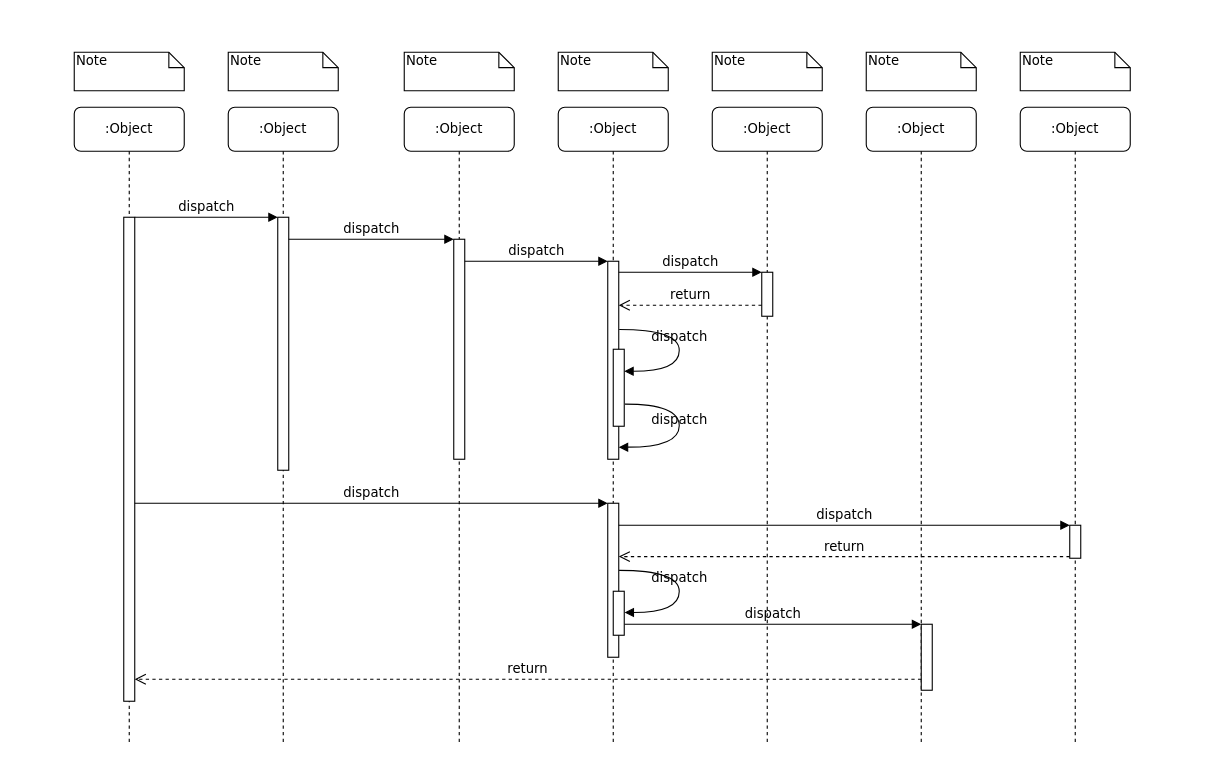
This is Chapter2/InteractionSequenceDiagram.drawio from profjordanov/phd, a draw.io file, before an edit. Source tidied: cells renumbered, new cells numbered last; positions are measured from the earlier drawing's top-left corner, leaving out a move shared by most shapes. Both pictures are drawn from the tidied source at 110%, with x=0, y=0 at pixel (74, 52).
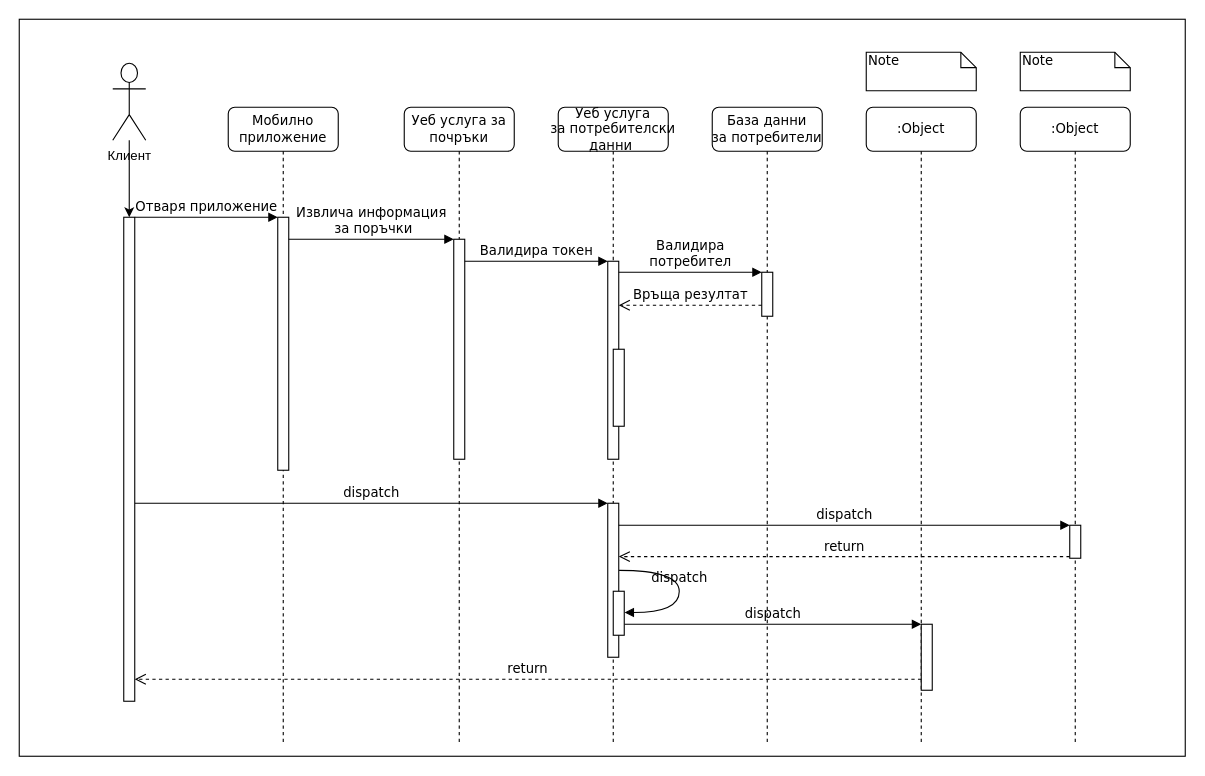
The same diagram, later.

Unchanged cells that the change refers to:
```xml
<mxCell id="12" style="html=1;points=[];perimeter=orthogonalPerimeter;rounded=0;shadow=0;comic=0;labelBackgroundColor=none;strokeWidth=1;fontFamily=Verdana;fontSize=12;align=center;" parent="1" vertex="1">
  <mxGeometry x="485" y="190" width="10" height="180" as="geometry" />
</mxCell>
<mxCell id="14" style="html=1;points=[];perimeter=orthogonalPerimeter;rounded=0;shadow=0;comic=0;labelBackgroundColor=none;strokeWidth=1;fontFamily=Verdana;fontSize=12;align=center;" parent="1" vertex="1">
  <mxGeometry x="625" y="200" width="10" height="40" as="geometry" />
</mxCell>
<mxCell id="17" style="html=1;points=[];perimeter=orthogonalPerimeter;rounded=0;shadow=0;comic=0;labelBackgroundColor=none;strokeWidth=1;fontFamily=Verdana;fontSize=12;align=center;" parent="1" vertex="1">
  <mxGeometry x="485" y="410" width="10" height="140" as="geometry" />
</mxCell>
<mxCell id="22" style="html=1;points=[];perimeter=orthogonalPerimeter;rounded=0;shadow=0;comic=0;labelBackgroundColor=none;strokeWidth=1;fontFamily=Verdana;fontSize=12;align=center;" parent="1" vertex="1">
  <mxGeometry x="770" y="520" width="10" height="60" as="geometry" />
</mxCell>
<mxCell id="27" style="html=1;points=[];perimeter=orthogonalPerimeter;rounded=0;shadow=0;comic=0;labelBackgroundColor=none;strokeWidth=1;fontFamily=Verdana;fontSize=12;align=center;" parent="1" vertex="1">
  <mxGeometry x="490" y="270" width="10" height="70" as="geometry" />
</mxCell>
```

Change to the diagram source:
```diff
@@
-    <mxCell id="2" value=":Object" style="shape=umlLifeline;perimeter=lifelinePerimeter;whiteSpace=wrap;html=1;rounded=1;shadow=0;comic=0;labelBackgroundColor=none;strokeWidth=1;fontFamily=Verdana;fontSize=12;align=center;" parent="1" vertex="1">
-      <mxGeometry x="140" y="50" width="100" height="580" as="geometry" />
-    </mxCell>
+    <mxCell id="39" style="rounded=0;whiteSpace=wrap;html=1;" parent="1" vertex="1">
+      <mxGeometry x="-50" y="-30" width="1060" height="670" as="geometry" />
+    </mxCell>
+    <mxCell id="40" value="Мобилно приложение" style="shape=umlLifeline;perimeter=lifelinePerimeter;whiteSpace=wrap;html=1;rounded=1;shadow=0;comic=0;labelBackgroundColor=none;strokeWidth=1;fontFamily=Verdana;fontSize=12;align=center;" parent="1" vertex="1">
+      <mxGeometry x="140" y="50" width="100" height="580" as="geometry" />
+    </mxCell>
-    <mxCell id="3" style="html=1;points=[];perimeter=orthogonalPerimeter;rounded=0;shadow=0;comic=0;labelBackgroundColor=none;strokeWidth=1;fontFamily=Verdana;fontSize=12;align=center;" parent="2" vertex="1">
+    <mxCell id="3" style="html=1;points=[];perimeter=orthogonalPerimeter;rounded=0;shadow=0;comic=0;labelBackgroundColor=none;strokeWidth=1;fontFamily=Verdana;fontSize=12;align=center;" parent="40" vertex="1">
       <mxGeometry x="45" y="100" width="10" height="230" as="geometry" />
     </mxCell>
-    <mxCell id="4" value=":Object" style="shape=umlLifeline;perimeter=lifelinePerimeter;whiteSpace=wrap;html=1;rounded=1;shadow=0;comic=0;labelBackgroundColor=none;strokeWidth=1;fontFamily=Verdana;fontSize=12;align=center;" parent="1" vertex="1">
-      <mxGeometry x="300" y="50" width="100" height="580" as="geometry" />
-    </mxCell>
+    <mxCell id="41" value="Уеб услуга за почръки" style="shape=umlLifeline;perimeter=lifelinePerimeter;whiteSpace=wrap;html=1;rounded=1;shadow=0;comic=0;labelBackgroundColor=none;strokeWidth=1;fontFamily=Verdana;fontSize=12;align=center;" parent="1" vertex="1">
+      <mxGeometry x="300" y="50" width="100" height="580" as="geometry" />
+    </mxCell>
-    <mxCell id="5" style="html=1;points=[];perimeter=orthogonalPerimeter;rounded=0;shadow=0;comic=0;labelBackgroundColor=none;strokeWidth=1;fontFamily=Verdana;fontSize=12;align=center;" parent="4" vertex="1">
+    <mxCell id="5" style="html=1;points=[];perimeter=orthogonalPerimeter;rounded=0;shadow=0;comic=0;labelBackgroundColor=none;strokeWidth=1;fontFamily=Verdana;fontSize=12;align=center;" parent="41" vertex="1">
       <mxGeometry x="45" y="120" width="10" height="200" as="geometry" />
     </mxCell>
-    <mxCell id="6" value=":Object" style="shape=umlLifeline;perimeter=lifelinePerimeter;whiteSpace=wrap;html=1;rounded=1;shadow=0;comic=0;labelBackgroundColor=none;strokeWidth=1;fontFamily=Verdana;fontSize=12;align=center;" parent="1" vertex="1">
-      <mxGeometry x="440" y="50" width="100" height="580" as="geometry" />
-    </mxCell>
-    <mxCell id="7" value=":Object" style="shape=umlLifeline;perimeter=lifelinePerimeter;whiteSpace=wrap;html=1;rounded=1;shadow=0;comic=0;labelBackgroundColor=none;strokeWidth=1;fontFamily=Verdana;fontSize=12;align=center;" parent="1" vertex="1">
-      <mxGeometry x="580" y="50" width="100" height="580" as="geometry" />
-    </mxCell>
+    <mxCell id="42" value="Уеб услуга за&amp;nbsp;потребителски данни&amp;nbsp;" style="shape=umlLifeline;perimeter=lifelinePerimeter;whiteSpace=wrap;html=1;rounded=1;shadow=0;comic=0;labelBackgroundColor=none;strokeWidth=1;fontFamily=Verdana;fontSize=12;align=center;" parent="1" vertex="1">
+      <mxGeometry x="440" y="50" width="100" height="580" as="geometry" />
+    </mxCell>
+    <mxCell id="43" value="База данни за&amp;nbsp;потребители" style="shape=umlLifeline;perimeter=lifelinePerimeter;whiteSpace=wrap;html=1;rounded=1;shadow=0;comic=0;labelBackgroundColor=none;strokeWidth=1;fontFamily=Verdana;fontSize=12;align=center;" parent="1" vertex="1">
+      <mxGeometry x="580" y="50" width="100" height="580" as="geometry" />
+    </mxCell>
@@
-    <mxCell id="10" value=":Object" style="shape=umlLifeline;perimeter=lifelinePerimeter;whiteSpace=wrap;html=1;rounded=1;shadow=0;comic=0;labelBackgroundColor=none;strokeWidth=1;fontFamily=Verdana;fontSize=12;align=center;" parent="1" vertex="1">
-      <mxGeometry y="50" width="100" height="580" as="geometry" />
-    </mxCell>
-    <mxCell id="11" style="html=1;points=[];perimeter=orthogonalPerimeter;rounded=0;shadow=0;comic=0;labelBackgroundColor=none;strokeWidth=1;fontFamily=Verdana;fontSize=12;align=center;" parent="10" vertex="1">
-      <mxGeometry x="45" y="100" width="10" height="440" as="geometry" />
-    </mxCell>
@@
-    <mxCell id="13" value="dispatch" style="html=1;verticalAlign=bottom;endArrow=block;labelBackgroundColor=none;fontFamily=Verdana;fontSize=12;edgeStyle=elbowEdgeStyle;elbow=vertical;" parent="1" edge="1" source="5" target="12">
+    <mxCell id="13" value="Валидира токен" style="html=1;verticalAlign=bottom;endArrow=block;labelBackgroundColor=none;fontFamily=Verdana;fontSize=12;edgeStyle=elbowEdgeStyle;elbow=vertical;" parent="1" edge="1" source="5" target="12">
       <mxGeometry relative="1" as="geometry">
         <Array as="points">
           <mxPoint x="360" y="190" />
         </Array>
       </mxGeometry>
     </mxCell>
@@
-    <mxCell id="15" value="dispatch" style="html=1;verticalAlign=bottom;endArrow=block;entryX=0;entryY=0;labelBackgroundColor=none;fontFamily=Verdana;fontSize=12;edgeStyle=elbowEdgeStyle;elbow=vertical;" parent="1" edge="1" source="12" target="14">
+    <mxCell id="15" value="Валидира &lt;br&gt;потребител" style="html=1;verticalAlign=bottom;endArrow=block;entryX=0;entryY=0;labelBackgroundColor=none;fontFamily=Verdana;fontSize=12;edgeStyle=elbowEdgeStyle;elbow=vertical;" parent="1" edge="1" source="12" target="14">
       <mxGeometry relative="1" as="geometry" />
     </mxCell>
-    <mxCell id="16" value="return" style="html=1;verticalAlign=bottom;endArrow=open;dashed=1;endSize=8;labelBackgroundColor=none;fontFamily=Verdana;fontSize=12;edgeStyle=elbowEdgeStyle;elbow=vertical;" parent="1" edge="1" source="14" target="12">
+    <mxCell id="16" value="Връща резултат" style="html=1;verticalAlign=bottom;endArrow=open;dashed=1;endSize=8;labelBackgroundColor=none;fontFamily=Verdana;fontSize=12;edgeStyle=elbowEdgeStyle;elbow=vertical;" parent="1" edge="1" source="14" target="12">
       <mxGeometry relative="1" as="geometry">
         <Array as="points">
           <mxPoint x="570" y="230" />
           <mxPoint x="600" y="230" />
         </Array>
       </mxGeometry>
     </mxCell>
@@
-    <mxCell id="18" value="dispatch" style="html=1;verticalAlign=bottom;endArrow=block;entryX=0;entryY=0;labelBackgroundColor=none;fontFamily=Verdana;fontSize=12;" parent="1" edge="1" source="11" target="17">
-      <mxGeometry relative="1" as="geometry" />
-    </mxCell>
+    <mxCell id="44" value="dispatch" style="html=1;verticalAlign=bottom;endArrow=block;entryX=0;entryY=0;labelBackgroundColor=none;fontFamily=Verdana;fontSize=12;" parent="1" edge="1" source="50" target="17">
+      <mxGeometry relative="1" as="geometry" />
+    </mxCell>
@@
-    <mxCell id="24" value="return" style="html=1;verticalAlign=bottom;endArrow=open;dashed=1;endSize=8;labelBackgroundColor=none;fontFamily=Verdana;fontSize=12;edgeStyle=elbowEdgeStyle;elbow=vertical;" parent="1" edge="1" source="22" target="11">
-      <mxGeometry relative="1" as="geometry">
-        <Array as="points">
-          <mxPoint x="470" y="570" />
-        </Array>
-      </mxGeometry>
-    </mxCell>
-    <mxCell id="25" value="dispatch" style="html=1;verticalAlign=bottom;endArrow=block;entryX=0;entryY=0;labelBackgroundColor=none;fontFamily=Verdana;fontSize=12;edgeStyle=elbowEdgeStyle;elbow=vertical;" parent="1" edge="1" source="11" target="3">
-      <mxGeometry relative="1" as="geometry" />
-    </mxCell>
+    <mxCell id="45" value="return" style="html=1;verticalAlign=bottom;endArrow=open;dashed=1;endSize=8;labelBackgroundColor=none;fontFamily=Verdana;fontSize=12;edgeStyle=elbowEdgeStyle;elbow=vertical;" parent="1" edge="1" source="22" target="50">
+      <mxGeometry relative="1" as="geometry">
+        <Array as="points">
+          <mxPoint x="470" y="570" />
+        </Array>
+      </mxGeometry>
+    </mxCell>
+    <mxCell id="46" value="Отваря приложение" style="html=1;verticalAlign=bottom;endArrow=block;entryX=0;entryY=0;labelBackgroundColor=none;fontFamily=Verdana;fontSize=12;edgeStyle=elbowEdgeStyle;elbow=vertical;" parent="1" edge="1" source="50" target="3">
+      <mxGeometry relative="1" as="geometry" />
+    </mxCell>
-    <mxCell id="26" value="dispatch" style="html=1;verticalAlign=bottom;endArrow=block;entryX=0;entryY=0;labelBackgroundColor=none;fontFamily=Verdana;fontSize=12;edgeStyle=elbowEdgeStyle;elbow=vertical;" parent="1" edge="1" source="3" target="5">
+    <mxCell id="26" value="Извлича информация&lt;br&gt;&amp;nbsp;за поръчки" style="html=1;verticalAlign=bottom;endArrow=block;entryX=0;entryY=0;labelBackgroundColor=none;fontFamily=Verdana;fontSize=12;edgeStyle=elbowEdgeStyle;elbow=vertical;" parent="1" edge="1" source="3" target="5">
       <mxGeometry relative="1" as="geometry" />
     </mxCell>
@@
-    <mxCell id="28" value="dispatch" style="html=1;verticalAlign=bottom;endArrow=block;labelBackgroundColor=none;fontFamily=Verdana;fontSize=12;elbow=vertical;edgeStyle=orthogonalEdgeStyle;curved=1;entryX=1;entryY=0.286;entryPerimeter=0;exitX=1.038;exitY=0.345;exitPerimeter=0;" parent="1" edge="1" source="12" target="27">
-      <mxGeometry relative="1" as="geometry">
-        <Array as="points">
-          <mxPoint x="550" y="252" />
-          <mxPoint x="550" y="290" />
-        </Array>
-      </mxGeometry>
-    </mxCell>
-    <mxCell id="29" value="dispatch" style="html=1;verticalAlign=bottom;endArrow=block;labelBackgroundColor=none;fontFamily=Verdana;fontSize=12;elbow=vertical;edgeStyle=orthogonalEdgeStyle;curved=1;exitX=1.066;exitY=0.713;exitPerimeter=0;" parent="1" edge="1" source="27">
-      <mxGeometry relative="1" as="geometry">
-        <mxPoint x="495" y="359" as="targetPoint" />
-        <Array as="points">
-          <mxPoint x="550" y="320" />
-          <mxPoint x="550" y="359" />
-        </Array>
-      </mxGeometry>
-    </mxCell>
@@
-    <mxCell id="31" value="dispatch" style="html=1;verticalAlign=bottom;endArrow=block;labelBackgroundColor=none;fontFamily=Verdana;fontSize=12;elbow=vertical;edgeStyle=orthogonalEdgeStyle;curved=1;entryX=1;entryY=0.286;entryPerimeter=0;exitX=1.038;exitY=0.345;exitPerimeter=0;" parent="1" edge="1">
-      <mxGeometry relative="1" as="geometry">
-        <mxPoint x="495.3" y="471" as="sourcePoint" />
-        <mxPoint x="500.3" y="509.3" as="targetPoint" />
-        <Array as="points">
-          <mxPoint x="550" y="471" />
-          <mxPoint x="550" y="509" />
-        </Array>
-      </mxGeometry>
-    </mxCell>
-    <mxCell id="32" value="Note" style="shape=note;whiteSpace=wrap;html=1;size=14;verticalAlign=top;align=left;spacingTop=-6;rounded=0;shadow=0;comic=0;labelBackgroundColor=none;strokeWidth=1;fontFamily=Verdana;fontSize=12;" parent="1" vertex="1">
-      <mxGeometry width="100" height="35" as="geometry" />
-    </mxCell>
-    <mxCell id="33" value="Note" style="shape=note;whiteSpace=wrap;html=1;size=14;verticalAlign=top;align=left;spacingTop=-6;rounded=0;shadow=0;comic=0;labelBackgroundColor=none;strokeWidth=1;fontFamily=Verdana;fontSize=12;" parent="1" vertex="1">
-      <mxGeometry x="140" width="100" height="35" as="geometry" />
-    </mxCell>
-    <mxCell id="34" value="Note" style="shape=note;whiteSpace=wrap;html=1;size=14;verticalAlign=top;align=left;spacingTop=-6;rounded=0;shadow=0;comic=0;labelBackgroundColor=none;strokeWidth=1;fontFamily=Verdana;fontSize=12;" parent="1" vertex="1">
-      <mxGeometry x="300" width="100" height="35" as="geometry" />
-    </mxCell>
-    <mxCell id="35" value="Note" style="shape=note;whiteSpace=wrap;html=1;size=14;verticalAlign=top;align=left;spacingTop=-6;rounded=0;shadow=0;comic=0;labelBackgroundColor=none;strokeWidth=1;fontFamily=Verdana;fontSize=12;" parent="1" vertex="1">
-      <mxGeometry x="440" width="100" height="35" as="geometry" />
-    </mxCell>
-    <mxCell id="36" value="Note" style="shape=note;whiteSpace=wrap;html=1;size=14;verticalAlign=top;align=left;spacingTop=-6;rounded=0;shadow=0;comic=0;labelBackgroundColor=none;strokeWidth=1;fontFamily=Verdana;fontSize=12;" parent="1" vertex="1">
-      <mxGeometry x="580" width="100" height="35" as="geometry" />
-    </mxCell>
+    <mxCell id="47" value="dispatch" style="html=1;verticalAlign=bottom;endArrow=block;labelBackgroundColor=none;fontFamily=Verdana;fontSize=12;elbow=vertical;edgeStyle=orthogonalEdgeStyle;curved=1;entryX=1;entryY=0.286;entryPerimeter=0;exitX=1.038;exitY=0.345;exitPerimeter=0;" parent="1" edge="1">
+      <mxGeometry relative="1" as="geometry">
+        <mxPoint x="495.3" y="471" as="sourcePoint" />
+        <mxPoint x="500.3" y="509.3" as="targetPoint" />
+        <Array as="points">
+          <mxPoint x="550" y="471" />
+          <mxPoint x="550" y="509" />
+        </Array>
+      </mxGeometry>
+    </mxCell>
@@
+    <mxCell id="48" style="edgeStyle=orthogonalEdgeStyle;rounded=0;jettySize=auto;html=1;" parent="1" edge="1" source="49" target="50">
+      <mxGeometry relative="1" as="geometry" />
+    </mxCell>
+    <mxCell id="49" value="Клиент" style="shape=umlActor;verticalLabelPosition=bottom;verticalAlign=top;html=1;outlineConnect=0;" parent="1" vertex="1">
+      <mxGeometry x="35" y="10" width="30" height="70" as="geometry" />
+    </mxCell>
+    <mxCell id="50" style="html=1;points=[];perimeter=orthogonalPerimeter;rounded=0;shadow=0;comic=0;labelBackgroundColor=none;strokeWidth=1;fontFamily=Verdana;fontSize=12;align=center;" parent="1" vertex="1">
+      <mxGeometry x="45" y="150" width="10" height="440" as="geometry" />
+    </mxCell>
```
